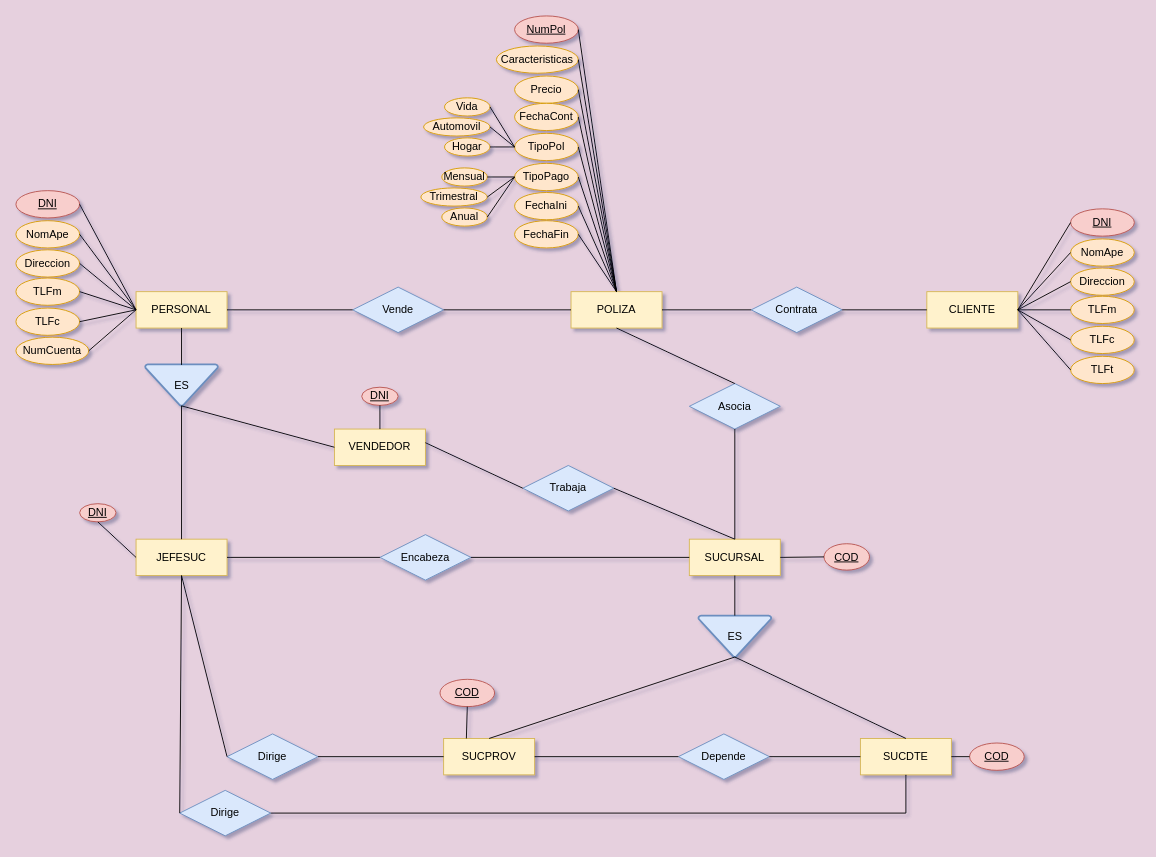
VeraAceves/NT-BD keeps this draw.io diagram as Teams1(2).drawio. Above is the earlier version. Source tidied: cells renumbered, new cells numbered last; positions are measured from the earlier drawing's top-left corner, leaving out a move shared by most shapes. Both pictures are drawn from the tidied source at 91%, with x=0, y=0 at pixel (15, 15).
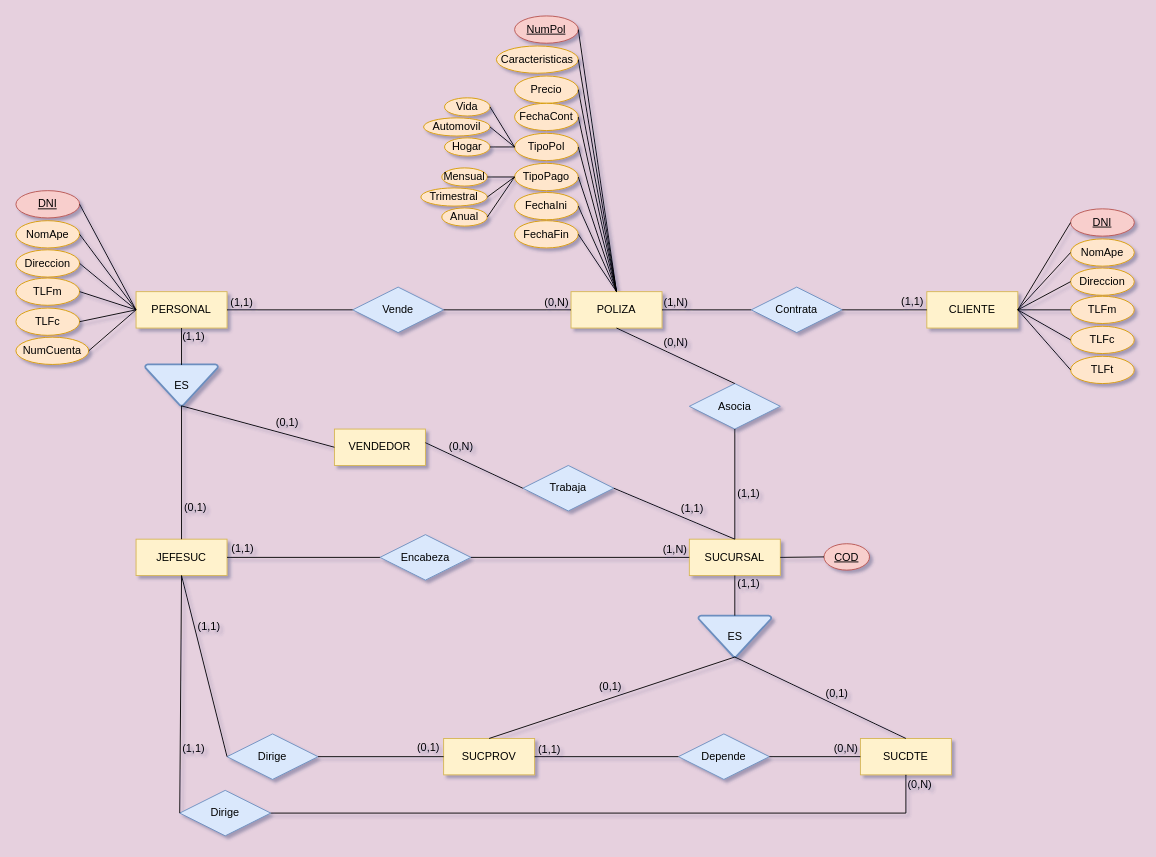
The same page after the edit.

The change refers to these unchanged cells:
```xml
<mxCell id="6" value="&lt;div&gt;JEFESUC&lt;/div&gt;" style="whiteSpace=wrap;html=1;align=center;fillColor=#fff2cc;strokeColor=#d6b656;" parent="1" vertex="1">
  <mxGeometry x="132" y="575" width="100" height="40" as="geometry" />
</mxCell>
<mxCell id="7" value="VENDEDOR" style="whiteSpace=wrap;html=1;align=center;fillColor=#fff2cc;strokeColor=#d6b656;" parent="1" vertex="1">
  <mxGeometry x="350" y="454" width="100" height="40" as="geometry" />
</mxCell>
<mxCell id="8" value="SUCPROV" style="whiteSpace=wrap;html=1;align=center;fillColor=#fff2cc;strokeColor=#d6b656;" parent="1" vertex="1">
  <mxGeometry x="470" y="794" width="100" height="40" as="geometry" />
</mxCell>
<mxCell id="9" value="SUCDTE" style="whiteSpace=wrap;html=1;align=center;fillColor=#fff2cc;strokeColor=#d6b656;" parent="1" vertex="1">
  <mxGeometry x="928" y="794" width="100" height="40" as="geometry" />
</mxCell>
```

What changed in the source:
```diff
@@
-    <mxCell id="62" value="DNI" style="ellipse;whiteSpace=wrap;html=1;fillColor=#f8cecc;strokeColor=#b85450;fontStyle=4;" parent="1" vertex="1">
-      <mxGeometry x="70" y="536" width="40" height="20" as="geometry" />
-    </mxCell>
-    <mxCell id="63" value="DNI" style="ellipse;whiteSpace=wrap;html=1;fillColor=#f8cecc;strokeColor=#b85450;fontStyle=4;" parent="1" vertex="1">
-      <mxGeometry x="380" y="408" width="40" height="20" as="geometry" />
-    </mxCell>
-    <mxCell id="64" value="COD" style="ellipse;whiteSpace=wrap;html=1;fillColor=#f8cecc;strokeColor=#b85450;fontStyle=4;" parent="1" vertex="1">
-      <mxGeometry x="1048" y="799" width="60" height="30" as="geometry" />
-    </mxCell>
-    <mxCell id="65" value="COD" style="ellipse;whiteSpace=wrap;html=1;fillColor=#f8cecc;strokeColor=#b85450;fontStyle=4;" parent="1" vertex="1">
-      <mxGeometry x="466" y="729" width="60" height="30" as="geometry" />
-    </mxCell>
@@
-    <mxCell id="70" style="endArrow=none;html=1;rounded=0;entryX=0;entryY=0.5;entryDx=0;entryDy=0;exitX=0.5;exitY=1;exitDx=0;exitDy=0;" parent="1" edge="1" source="62" target="6">
-      <mxGeometry relative="1" as="geometry" />
-    </mxCell>
@@
-    <mxCell id="82" style="endArrow=none;html=1;rounded=0;entryX=0;entryY=0.5;entryDx=0;entryDy=0;exitX=1;exitY=0.5;exitDx=0;exitDy=0;" parent="1" edge="1" source="9" target="64">
-      <mxGeometry relative="1" as="geometry" />
-    </mxCell>
-    <mxCell id="83" style="endArrow=none;html=1;rounded=0;exitX=0.25;exitY=0;exitDx=0;exitDy=0;entryX=0.5;entryY=1;entryDx=0;entryDy=0;" parent="1" edge="1" source="8" target="65">
-      <mxGeometry relative="1" as="geometry" />
-    </mxCell>
-    <mxCell id="84" style="endArrow=none;html=1;rounded=0;entryX=0.5;entryY=0;entryDx=0;entryDy=0;exitX=0.5;exitY=1;exitDx=0;exitDy=0;" parent="1" edge="1" source="63" target="7">
-      <mxGeometry relative="1" as="geometry" />
-    </mxCell>
@@
+    <mxCell id="104" value="(1,1)" style="text;html=1;align=center;verticalAlign=middle;strokeColor=none;fillColor=none;" parent="1" vertex="1">
+      <mxGeometry x="960" y="299" width="50" height="30" as="geometry" />
+    </mxCell>
+    <mxCell id="105" value="(1,1)" style="text;html=1;align=center;verticalAlign=middle;strokeColor=none;fillColor=none;" parent="1" vertex="1">
+      <mxGeometry x="223" y="300" width="50" height="30" as="geometry" />
+    </mxCell>
+    <mxCell id="106" value="(1,1)" style="text;html=1;align=center;verticalAlign=middle;strokeColor=none;fillColor=none;" parent="1" vertex="1">
+      <mxGeometry x="224" y="571" width="50" height="30" as="geometry" />
+    </mxCell>
+    <mxCell id="107" value="(1,1)" style="text;html=1;align=center;verticalAlign=middle;strokeColor=none;fillColor=none;" parent="1" vertex="1">
+      <mxGeometry x="718" y="527" width="50" height="30" as="geometry" />
+    </mxCell>
+    <mxCell id="108" value="(1,1)" style="text;html=1;align=center;verticalAlign=middle;strokeColor=none;fillColor=none;" parent="1" vertex="1">
+      <mxGeometry x="187" y="656" width="50" height="30" as="geometry" />
+    </mxCell>
+    <mxCell id="109" value="(1,1)" style="text;html=1;align=center;verticalAlign=middle;strokeColor=none;fillColor=none;" parent="1" vertex="1">
+      <mxGeometry x="170" y="790" width="50" height="30" as="geometry" />
+    </mxCell>
+    <mxCell id="110" value="(1,1)" style="text;html=1;align=center;verticalAlign=middle;strokeColor=none;fillColor=none;" parent="1" vertex="1">
+      <mxGeometry x="780" y="510" width="50" height="30" as="geometry" />
+    </mxCell>
+    <mxCell id="111" value="(1,1)" style="text;html=1;align=center;verticalAlign=middle;strokeColor=none;fillColor=none;" parent="1" vertex="1">
+      <mxGeometry x="561" y="791" width="50" height="30" as="geometry" />
+    </mxCell>
+    <mxCell id="112" value="(1,1)" style="text;html=1;align=center;verticalAlign=middle;strokeColor=none;fillColor=none;" parent="1" vertex="1">
+      <mxGeometry x="780" y="609" width="50" height="30" as="geometry" />
+    </mxCell>
+    <mxCell id="113" value="(1,1)" style="text;html=1;align=center;verticalAlign=middle;strokeColor=none;fillColor=none;" parent="1" vertex="1">
+      <mxGeometry x="170" y="338" width="50" height="30" as="geometry" />
+    </mxCell>
+    <mxCell id="114" value="(1,N)" style="text;html=1;align=center;verticalAlign=middle;strokeColor=none;fillColor=none;" parent="1" vertex="1">
+      <mxGeometry x="700" y="300" width="50" height="30" as="geometry" />
+    </mxCell>
+    <mxCell id="115" value="(1,N)" style="text;html=1;align=center;verticalAlign=middle;strokeColor=none;fillColor=none;" parent="1" vertex="1">
+      <mxGeometry x="699" y="572" width="50" height="30" as="geometry" />
+    </mxCell>
+    <mxCell id="116" value="(0,N)" style="text;html=1;align=center;verticalAlign=middle;strokeColor=none;fillColor=none;" parent="1" vertex="1">
+      <mxGeometry x="569" y="300" width="50" height="30" as="geometry" />
+    </mxCell>
+    <mxCell id="117" value="(0,N)" style="text;html=1;align=center;verticalAlign=middle;strokeColor=none;fillColor=none;" parent="1" vertex="1">
+      <mxGeometry x="464" y="458" width="50" height="30" as="geometry" />
+    </mxCell>
+    <mxCell id="118" value="(0,N)" style="text;html=1;align=center;verticalAlign=middle;strokeColor=none;fillColor=none;" parent="1" vertex="1">
+      <mxGeometry x="968" y="830" width="50" height="30" as="geometry" />
+    </mxCell>
+    <mxCell id="119" value="(0,N)" style="text;html=1;align=center;verticalAlign=middle;strokeColor=none;fillColor=none;" parent="1" vertex="1">
+      <mxGeometry x="700" y="344" width="50" height="30" as="geometry" />
+    </mxCell>
+    <mxCell id="120" value="(0,N)" style="text;html=1;align=center;verticalAlign=middle;strokeColor=none;fillColor=none;" parent="1" vertex="1">
+      <mxGeometry x="887" y="790" width="50" height="30" as="geometry" />
+    </mxCell>
+    <mxCell id="121" value="(0,1)" style="text;html=1;align=center;verticalAlign=middle;strokeColor=none;fillColor=none;" parent="1" vertex="1">
+      <mxGeometry x="428" y="789" width="50" height="30" as="geometry" />
+    </mxCell>
+    <mxCell id="122" value="(0,1)" style="text;html=1;align=center;verticalAlign=middle;strokeColor=none;fillColor=none;" parent="1" vertex="1">
+      <mxGeometry x="628" y="722" width="50" height="30" as="geometry" />
+    </mxCell>
+    <mxCell id="123" value="(0,1)" style="text;html=1;align=center;verticalAlign=middle;strokeColor=none;fillColor=none;" parent="1" vertex="1">
+      <mxGeometry x="877" y="730" width="50" height="30" as="geometry" />
+    </mxCell>
+    <mxCell id="124" value="(0,1)" style="text;html=1;align=center;verticalAlign=middle;strokeColor=none;fillColor=none;" parent="1" vertex="1">
+      <mxGeometry x="273" y="432" width="50" height="30" as="geometry" />
+    </mxCell>
+    <mxCell id="125" value="(0,1)" style="text;html=1;align=center;verticalAlign=middle;strokeColor=none;fillColor=none;" parent="1" vertex="1">
+      <mxGeometry x="172" y="526" width="50" height="30" as="geometry" />
+    </mxCell>
```
